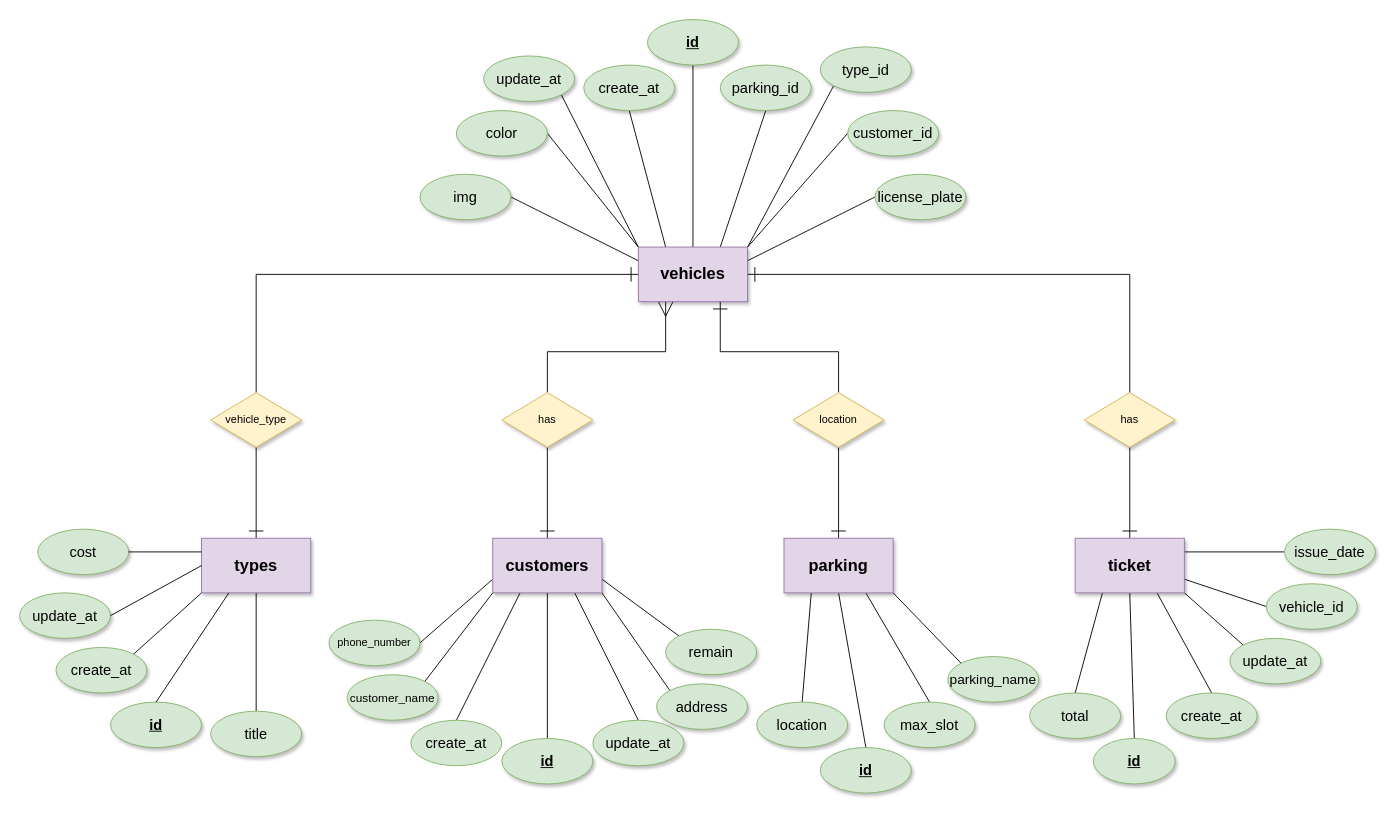
This is ChuushajouERD.drawio from tru-sa-tr-ng/ChuushajouBackupDatabase, a draw.io file, before an edit. Source tidied: cells renumbered, new cells numbered last; positions are measured from the earlier drawing's top-left corner, leaving out a move shared by most shapes. Both pictures are drawn from the tidied source at 91%, with x=0, y=0 at pixel (19, 19).
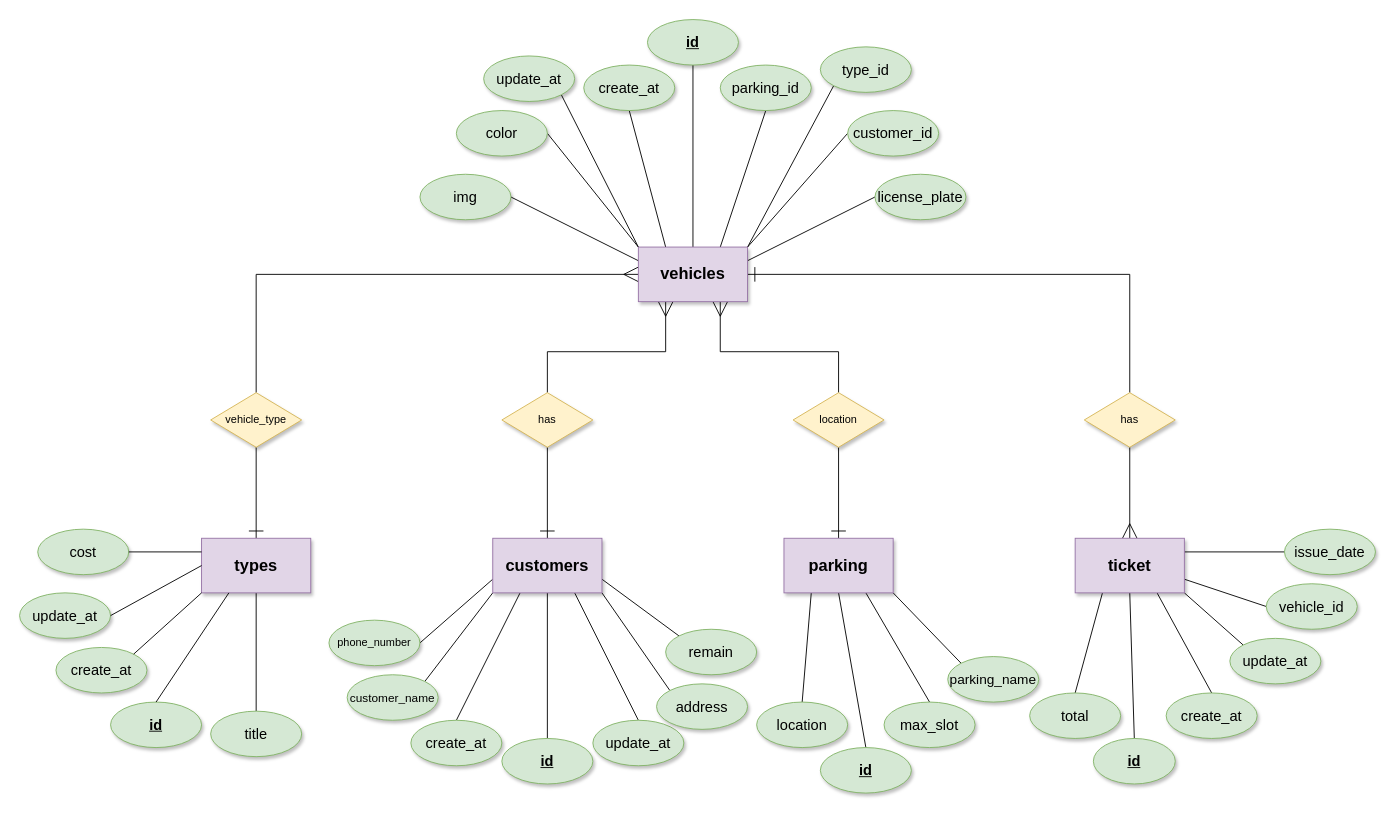
The same page after the edit.

Unchanged cells that the change refers to:
```xml
<mxCell id="2" style="group;" parent="1" vertex="1">
  <mxGeometry width="1490" height="850" as="geometry" />
</mxCell>
<mxCell id="39" value="vehicles" style="rounded=0;whiteSpace=wrap;html=1;fillColor=#e1d5e7;strokeColor=#9673a6;shadow=1;horizontal=1;fontSize=18;fontStyle=1;" parent="2" vertex="1">
  <mxGeometry x="680" y="250" width="120" height="60" as="geometry" />
</mxCell>
<mxCell id="41" value="ticket" style="rounded=0;whiteSpace=wrap;html=1;fillColor=#e1d5e7;strokeColor=#9673a6;shadow=1;horizontal=1;fontSize=18;fontStyle=1;" parent="2" vertex="1">
  <mxGeometry x="1160" y="570" width="120" height="60" as="geometry" />
</mxCell>
<mxCell id="43" value="vehicle_type" style="rhombus;whiteSpace=wrap;html=1;fillColor=#fff2cc;strokeColor=#d6b656;shadow=1;" parent="2" vertex="1">
  <mxGeometry x="210" y="410" width="100" height="60" as="geometry" />
</mxCell>
<mxCell id="44" value="location" style="rhombus;whiteSpace=wrap;html=1;fillColor=#fff2cc;strokeColor=#d6b656;shadow=1;" parent="2" vertex="1">
  <mxGeometry x="850" y="410" width="100" height="60" as="geometry" />
</mxCell>
<mxCell id="46" value="has" style="rhombus;whiteSpace=wrap;html=1;fillColor=#fff2cc;strokeColor=#d6b656;shadow=1;" parent="2" vertex="1">
  <mxGeometry x="1170" y="410" width="100" height="60" as="geometry" />
</mxCell>
```

Diff of the diagram source:
```diff
@@
-    <mxCell id="3" style="edgeStyle=orthogonalEdgeStyle;rounded=0;jettySize=auto;html=1;exitX=0.5;exitY=0;exitDx=0;exitDy=0;entryX=0;entryY=0.5;entryDx=0;entryDy=0;shadow=0;endSize=14;endArrow=ERone;endFill=0;" parent="2" edge="1" source="43" target="39">
+    <mxCell id="3" style="edgeStyle=orthogonalEdgeStyle;rounded=0;jettySize=auto;html=1;exitX=0.5;exitY=0;exitDx=0;exitDy=0;entryX=0;entryY=0.5;entryDx=0;entryDy=0;shadow=0;endSize=14;endArrow=ERmany;endFill=0;" parent="2" edge="1" source="43" target="39">
       <mxGeometry relative="1" as="geometry" />
     </mxCell>
@@
-    <mxCell id="5" style="edgeStyle=orthogonalEdgeStyle;rounded=0;jettySize=auto;html=1;exitX=0.5;exitY=0;exitDx=0;exitDy=0;entryX=0.75;entryY=1;entryDx=0;entryDy=0;shadow=0;endSize=14;endArrow=ERone;endFill=0;" parent="2" edge="1" source="44" target="39">
+    <mxCell id="5" style="edgeStyle=orthogonalEdgeStyle;rounded=0;jettySize=auto;html=1;exitX=0.5;exitY=0;exitDx=0;exitDy=0;entryX=0.75;entryY=1;entryDx=0;entryDy=0;shadow=0;endSize=14;endArrow=ERmany;endFill=0;" parent="2" edge="1" source="44" target="39">
       <mxGeometry relative="1" as="geometry" />
     </mxCell>
@@
-    <mxCell id="10" style="edgeStyle=orthogonalEdgeStyle;rounded=0;jettySize=auto;html=1;exitX=0.5;exitY=1;exitDx=0;exitDy=0;entryX=0.5;entryY=0;entryDx=0;entryDy=0;shadow=0;endSize=14;endArrow=ERone;endFill=0;" parent="2" edge="1" source="46" target="41">
+    <mxCell id="10" style="edgeStyle=orthogonalEdgeStyle;rounded=0;jettySize=auto;html=1;exitX=0.5;exitY=1;exitDx=0;exitDy=0;entryX=0.5;entryY=0;entryDx=0;entryDy=0;shadow=0;endSize=14;endArrow=ERmany;endFill=0;" parent="2" edge="1" source="46" target="41">
       <mxGeometry relative="1" as="geometry" />
     </mxCell>
@@
-    <mxCell id="65" value="&lt;font style=&quot;font-size: 16px;&quot;&gt;&lt;span style=&quot;font-weight: normal;&quot;&gt;create_at&lt;/span&gt;&lt;/font&gt;" style="ellipse;whiteSpace=wrap;html=1;fillColor=#d5e8d4;strokeColor=#82b366;fontStyle=1;" parent="2" vertex="1">
+    <mxCell id="65" value="&lt;font style=&quot;font-size: 16px;&quot;&gt;&lt;span style=&quot;font-weight: normal;&quot;&gt;create_at&lt;/span&gt;&lt;/font&gt;" style="ellipse;whiteSpace=wrap;html=1;fillColor=#d5e8d4;strokeColor=#82b366;fontStyle=1;shadow=1;" parent="2" vertex="1">
       <mxGeometry x="430" y="770" width="100" height="50" as="geometry" />
     </mxCell>
```
